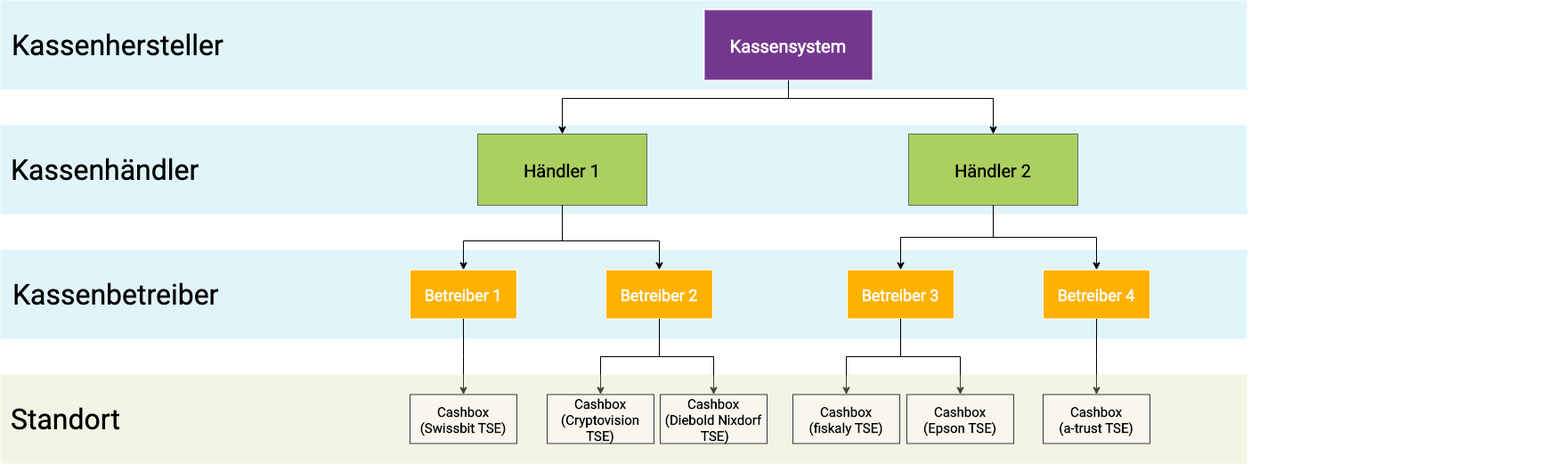
fiskaltrust/getting-started keeps this draw.io diagram as posdealers/presentations/sales/media/rollen.png. Above is the earlier version. Source tidied: cells renumbered, new cells last; positions are measured from the earlier drawing's top-left corner, leaving out a move shared by most shapes.
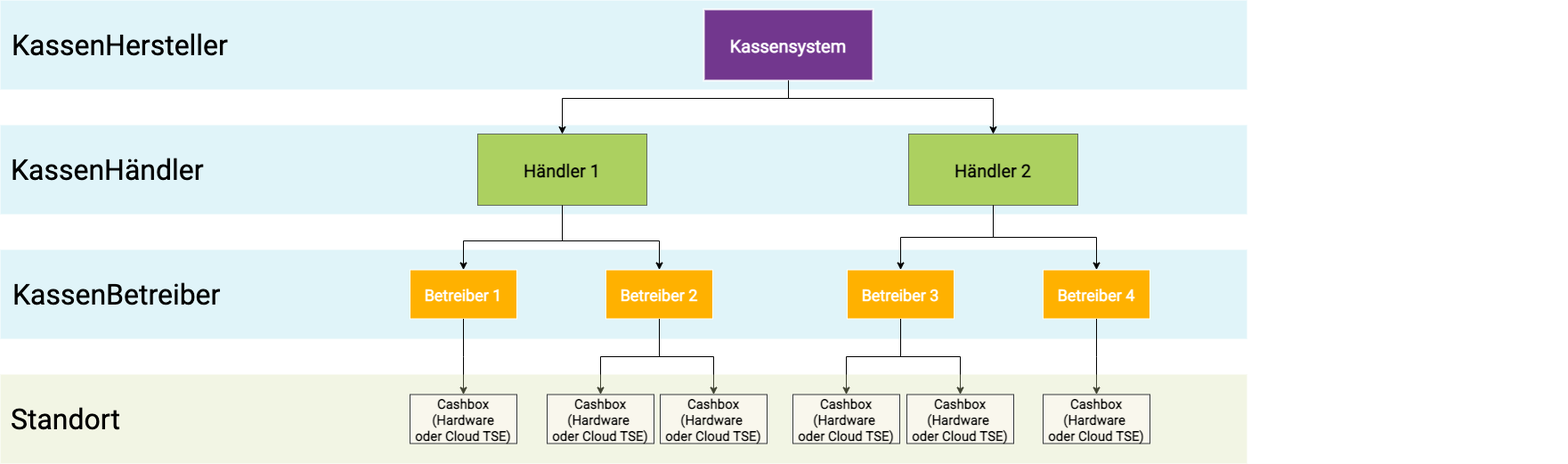
The same diagram one commit later.

Change to the diagram source:
```diff
@@ -8,7 +8,7 @@
     <mxCell id="3" style="strokeColor=none;opacity=30;fillColor=#99dceb;" parent="2" vertex="1">
       <mxGeometry width="1400" height="100" as="geometry" />
     </mxCell>
-    <mxCell id="4" value="&lt;p&gt;&lt;font face=&quot;Roboto&quot; style=&quot;font-size: 32px&quot;&gt;Kassenhersteller&lt;/font&gt;&lt;/p&gt;" style="text;html=1;strokeColor=none;fillColor=none;align=left;verticalAlign=middle;whiteSpace=wrap;rounded=0;" parent="2" vertex="1">
+    <mxCell id="4" value="&lt;p&gt;&lt;font face=&quot;Roboto&quot; style=&quot;font-size: 32px&quot;&gt;KassenHersteller&lt;/font&gt;&lt;/p&gt;" style="text;html=1;strokeColor=none;fillColor=none;align=left;verticalAlign=middle;whiteSpace=wrap;rounded=0;" parent="2" vertex="1">
       <mxGeometry x="11" y="40" width="270" height="20" as="geometry" />
     </mxCell>
     <mxCell id="5" value="Kassensystem" style="rounded=0;gradientColor=none;fontColor=#FFFFFF;fontStyle=1;fontFamily=Roboto;fontSize=20;fillColor=#672483;opacity=90;strokeColor=#FFFFFF;strokeWidth=2;fontSource=https%3A%2F%2Ffonts.googleapis.com%2Fcss%3Ffamily%3DRoboto;" parent="2" vertex="1">
@@ -20,7 +20,7 @@
     <mxCell id="7" style="strokeColor=none;opacity=30;fillColor=#99dceb;" parent="6" vertex="1">
       <mxGeometry width="1400" height="100" as="geometry" />
     </mxCell>
-    <mxCell id="8" value="&lt;p&gt;&lt;font face=&quot;Roboto&quot; style=&quot;font-size: 32px&quot;&gt;Kassenhändler&lt;/font&gt;&lt;/p&gt;" style="text;html=1;strokeColor=none;fillColor=none;align=left;verticalAlign=middle;whiteSpace=wrap;rounded=0;" parent="6" vertex="1">
+    <mxCell id="8" value="&lt;p&gt;&lt;font face=&quot;Roboto&quot; style=&quot;font-size: 32px&quot;&gt;KassenHändler&lt;/font&gt;&lt;/p&gt;" style="text;html=1;strokeColor=none;fillColor=none;align=left;verticalAlign=middle;whiteSpace=wrap;rounded=0;" parent="6" vertex="1">
       <mxGeometry x="10" y="40" width="270" height="20" as="geometry" />
     </mxCell>
     <mxCell id="9" value="Händler 2" style="rounded=0;strokeColor=#36393d;fontStyle=1;fontFamily=Roboto;fontSize=20;fillColor=#96c11f;opacity=70;fontSource=https%3A%2F%2Ffonts.googleapis.com%2Fcss%3Ffamily%3DRoboto;" parent="6" vertex="1">
@@ -32,7 +32,7 @@
     <mxCell id="11" style="strokeColor=none;opacity=30;fillColor=#99dceb;" parent="10" vertex="1">
       <mxGeometry width="1400" height="100" as="geometry" />
     </mxCell>
-    <mxCell id="12" value="&lt;p&gt;&lt;font face=&quot;Roboto&quot; style=&quot;font-size: 32px&quot;&gt;Kassenbetreiber&lt;/font&gt;&lt;/p&gt;" style="text;html=1;strokeColor=none;fillColor=none;align=left;verticalAlign=middle;whiteSpace=wrap;rounded=0;" parent="10" vertex="1">
+    <mxCell id="12" value="&lt;p&gt;&lt;font face=&quot;Roboto&quot; style=&quot;font-size: 32px&quot;&gt;KassenBetreiber&lt;/font&gt;&lt;/p&gt;" style="text;html=1;strokeColor=none;fillColor=none;align=left;verticalAlign=middle;whiteSpace=wrap;rounded=0;" parent="10" vertex="1">
       <mxGeometry x="12" y="40" width="270" height="20" as="geometry" />
     </mxCell>
     <mxCell id="13" value="Betreiber 1" style="rounded=0;fontStyle=1;fontFamily=Roboto;fontSize=18;fontColor=#ffffff;strokeColor=#FFFFFF;fillColor=#ffb100;fontSource=https%3A%2F%2Ffonts.googleapis.com%2Fcss%3Ffamily%3DRoboto;" parent="10" vertex="1">
@@ -125,22 +125,22 @@
     <mxCell id="32" value="&lt;p&gt;&lt;font face=&quot;Roboto&quot; style=&quot;font-size: 32px&quot;&gt;Standort&lt;/font&gt;&lt;/p&gt;" style="text;html=1;strokeColor=none;fillColor=none;align=left;verticalAlign=middle;whiteSpace=wrap;rounded=0;" parent="30" vertex="1">
       <mxGeometry x="10" y="40" width="270" height="20" as="geometry" />
     </mxCell>
-    <mxCell id="33" value="Cashbox&#10;(Swissbit TSE)" style="rounded=0;fillColor=#f9f7ed;fontStyle=1;fontFamily=Roboto;fontSize=15;strokeColor=#36393d;fontSource=https%3A%2F%2Ffonts.googleapis.com%2Fcss%3Ffamily%3DRoboto;" parent="30" vertex="1">
+    <mxCell id="33" value="Cashbox&#10;(Hardware &#10;oder Cloud TSE)" style="rounded=0;fillColor=#f9f7ed;fontStyle=1;fontFamily=Roboto;fontSize=15;strokeColor=#36393d;fontSource=https%3A%2F%2Ffonts.googleapis.com%2Fcss%3Ffamily%3DRoboto;" parent="30" vertex="1">
       <mxGeometry x="460" y="22.5" width="120" height="55" as="geometry" />
     </mxCell>
-    <mxCell id="34" value="Cashbox&#10;(Cryptovision&#10;TSE)" style="rounded=0;fillColor=#f9f7ed;fontStyle=1;fontFamily=Roboto;fontSize=15;strokeColor=#36393d;fontSource=https%3A%2F%2Ffonts.googleapis.com%2Fcss%3Ffamily%3DRoboto;" parent="30" vertex="1">
+    <mxCell id="34" value="Cashbox&#10;(Hardware &#10;oder Cloud TSE)" style="rounded=0;fillColor=#f9f7ed;fontStyle=1;fontFamily=Roboto;fontSize=15;strokeColor=#36393d;fontSource=https%3A%2F%2Ffonts.googleapis.com%2Fcss%3Ffamily%3DRoboto;" parent="30" vertex="1">
       <mxGeometry x="614" y="22.5" width="120" height="55" as="geometry" />
     </mxCell>
-    <mxCell id="35" value="Cashbox&#10;(Diebold Nixdorf&#10; TSE)" style="rounded=0;fillColor=#f9f7ed;fontStyle=1;fontFamily=Roboto;fontSize=15;strokeColor=#36393d;fontSource=https%3A%2F%2Ffonts.googleapis.com%2Fcss%3Ffamily%3DRoboto;" parent="30" vertex="1">
+    <mxCell id="35" value="Cashbox&#10;(Hardware &#10;oder Cloud TSE)" style="rounded=0;fillColor=#f9f7ed;fontStyle=1;fontFamily=Roboto;fontSize=15;strokeColor=#36393d;fontSource=https%3A%2F%2Ffonts.googleapis.com%2Fcss%3Ffamily%3DRoboto;" parent="30" vertex="1">
       <mxGeometry x="741" y="22.5" width="120" height="55" as="geometry" />
     </mxCell>
-    <mxCell id="36" value="Cashbox&#10;(fiskaly TSE)" style="rounded=0;fillColor=#f9f7ed;fontStyle=1;fontFamily=Roboto;fontSize=15;strokeColor=#36393d;fontSource=https%3A%2F%2Ffonts.googleapis.com%2Fcss%3Ffamily%3DRoboto;" parent="30" vertex="1">
+    <mxCell id="36" value="Cashbox&#10;(Hardware &#10;oder Cloud TSE)" style="rounded=0;fillColor=#f9f7ed;fontStyle=1;fontFamily=Roboto;fontSize=15;strokeColor=#36393d;fontSource=https%3A%2F%2Ffonts.googleapis.com%2Fcss%3Ffamily%3DRoboto;" parent="30" vertex="1">
       <mxGeometry x="890" y="22.5" width="120" height="55" as="geometry" />
     </mxCell>
-    <mxCell id="37" value="Cashbox&#10;(Epson TSE)" style="rounded=0;fillColor=#f9f7ed;fontStyle=1;fontFamily=Roboto;fontSize=15;strokeColor=#36393d;fontSource=https%3A%2F%2Ffonts.googleapis.com%2Fcss%3Ffamily%3DRoboto;" parent="30" vertex="1">
+    <mxCell id="37" value="Cashbox&#10;(Hardware &#10;oder Cloud TSE)" style="rounded=0;fillColor=#f9f7ed;fontStyle=1;fontFamily=Roboto;fontSize=15;strokeColor=#36393d;fontSource=https%3A%2F%2Ffonts.googleapis.com%2Fcss%3Ffamily%3DRoboto;" parent="30" vertex="1">
       <mxGeometry x="1018" y="22.5" width="120" height="55" as="geometry" />
     </mxCell>
-    <mxCell id="38" value="Cashbox&#10;(a-trust TSE)" style="rounded=0;fillColor=#f9f7ed;fontStyle=1;fontFamily=Roboto;fontSize=15;strokeColor=#36393d;fontSource=https%3A%2F%2Ffonts.googleapis.com%2Fcss%3Ffamily%3DRoboto;" parent="30" vertex="1">
+    <mxCell id="38" value="Cashbox&#10;(Hardware &#10;oder Cloud TSE)" style="rounded=0;fillColor=#f9f7ed;fontStyle=1;fontFamily=Roboto;fontSize=15;strokeColor=#36393d;fontSource=https%3A%2F%2Ffonts.googleapis.com%2Fcss%3Ffamily%3DRoboto;" parent="30" vertex="1">
       <mxGeometry x="1171" y="22.5" width="120" height="55" as="geometry" />
     </mxCell>
   </root>
```
